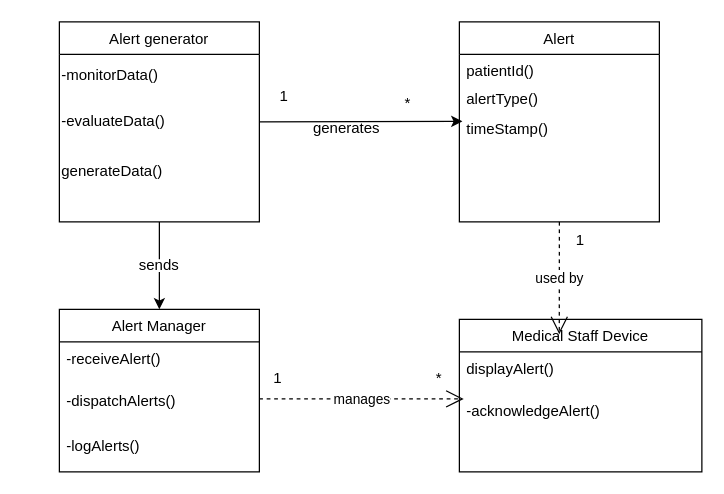
The draw.io diagram uml_models/alert_generation_system.drawio in valeriageo/signal_project, before the edit. Source tidied: cells renumbered, new cells numbered last; positions are measured from the earlier drawing's top-left corner, leaving out a move shared by most shapes. Both pictures are drawn from the tidied source at 125%, with x=0, y=0 at pixel (21, 21).
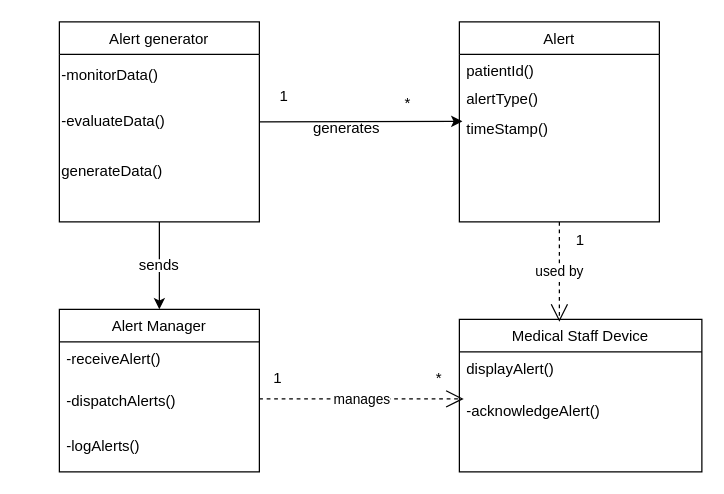
The same diagram, later.

The change refers to these unchanged cells:
```xml
<mxCell id="6" value="Alert" style="swimlane;fontStyle=0;align=center;verticalAlign=top;horizontal=1;startSize=26;rounded=0;shadow=0;strokeWidth=1;" parent="1" vertex="1">
  <mxGeometry x="350" width="160" height="160" as="geometry" />
</mxCell>
<mxCell id="19" value="Medical Staff Device" style="swimlane;fontStyle=0;align=center;verticalAlign=top;horizontal=1;startSize=26;rounded=0;shadow=0;strokeWidth=1;" parent="1" vertex="1">
  <mxGeometry x="350" y="238" width="194" height="122" as="geometry" />
</mxCell>
```

Change to the diagram source:
```diff
@@
-    <mxCell id="25" value="used by" style="endArrow=open;endSize=12;dashed=1;html=1;rounded=0;exitX=0.5;exitY=1;exitDx=0;exitDy=0;entryX=0.412;entryY=0.098;entryDx=0;entryDy=0;entryPerimeter=0;" parent="1" edge="1" source="6" target="19">
-      <mxGeometry relative="1" as="geometry" />
+    <mxCell id="25" value="used by" style="endArrow=open;endSize=12;dashed=1;html=1;rounded=0;exitX=0.5;exitY=1;exitDx=0;exitDy=0;" parent="1" edge="1" source="6">
+      <mxGeometry relative="1" as="geometry">
+        <mxPoint x="430" y="240" as="targetPoint" />
+      </mxGeometry>
     </mxCell>
```
